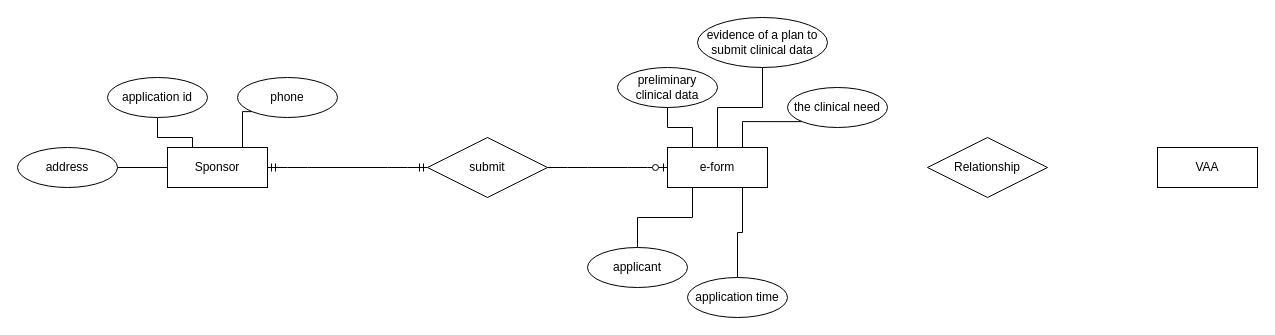
Above: ER.drawio in forthegame/ANU2024 (draw.io), before the change. Source tidied: cells renumbered, new cells numbered last; positions are measured from the earlier drawing's top-left corner, leaving out a move shared by most shapes. Both pictures are drawn from the tidied source at 100%, with x=0, y=0 at pixel (17, 17).
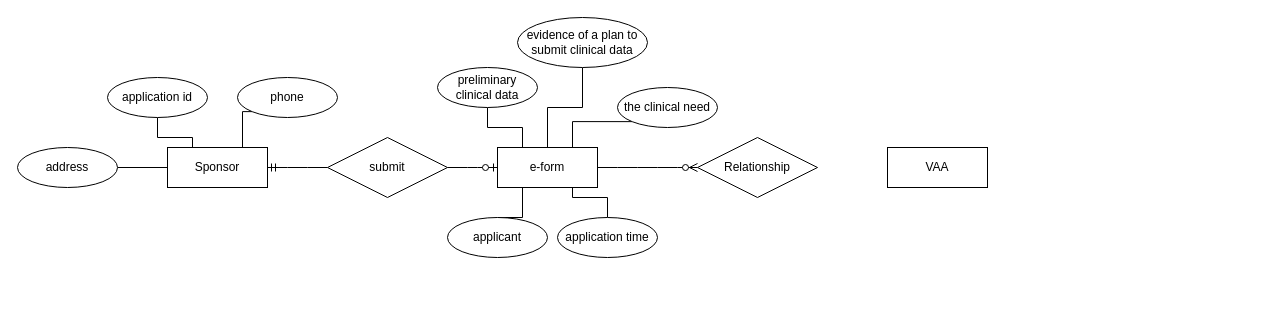
After the change.

The change refers to these unchanged cells:
```xml
<mxCell id="2" value="Sponsor" style="whiteSpace=wrap;html=1;align=center;" parent="1" vertex="1">
  <mxGeometry x="150" y="130" width="100" height="40" as="geometry" />
</mxCell>
```

The edit, as a diff of the source:
```diff
@@
     <mxCell id="9" value="submit" style="shape=rhombus;perimeter=rhombusPerimeter;whiteSpace=wrap;html=1;align=center;" parent="1" vertex="1">
-      <mxGeometry x="410" y="120" width="120" height="60" as="geometry" />
+      <mxGeometry x="310" y="120" width="120" height="60" as="geometry" />
     </mxCell>
-    <mxCell id="10" style="edgeStyle=entityRelationEdgeStyle;fontSize=12;html=1;endArrow=ERmandOne;startArrow=ERmandOne;exitX=1;exitY=0.5;exitDx=0;exitDy=0;entryX=0;entryY=0.5;entryDx=0;entryDy=0;" parent="1" edge="1" source="2" target="9">
-      <mxGeometry relative="1" as="geometry" />
-    </mxCell>
     <mxCell id="11" value="e-form" style="whiteSpace=wrap;html=1;align=center;" parent="1" vertex="1">
-      <mxGeometry x="650" y="130" width="100" height="40" as="geometry" />
+      <mxGeometry x="480" y="130" width="100" height="40" as="geometry" />
     </mxCell>
@@
     <mxCell id="14" value="evidence of a plan to submit clinical data" style="ellipse;whiteSpace=wrap;html=1;align=center;" parent="1" vertex="1">
-      <mxGeometry x="680" width="130" height="50" as="geometry" />
+      <mxGeometry x="500" width="130" height="50" as="geometry" />
     </mxCell>
@@
     <mxCell id="16" value="the clinical need" style="ellipse;whiteSpace=wrap;html=1;align=center;" parent="1" vertex="1">
-      <mxGeometry x="770" y="70" width="100" height="40" as="geometry" />
+      <mxGeometry x="600" y="70" width="100" height="40" as="geometry" />
     </mxCell>
@@
     <mxCell id="18" value="preliminary clinical data" style="ellipse;whiteSpace=wrap;html=1;align=center;" parent="1" vertex="1">
-      <mxGeometry x="600" y="50" width="100" height="40" as="geometry" />
+      <mxGeometry x="420" y="50" width="100" height="40" as="geometry" />
     </mxCell>
@@
     <mxCell id="20" value="applicant" style="ellipse;whiteSpace=wrap;html=1;align=center;" parent="1" vertex="1">
-      <mxGeometry x="570" y="230" width="100" height="40" as="geometry" />
+      <mxGeometry x="430" y="200" width="100" height="40" as="geometry" />
     </mxCell>
@@
     <mxCell id="22" value="application time" style="ellipse;whiteSpace=wrap;html=1;align=center;" parent="1" vertex="1">
-      <mxGeometry x="670" y="260" width="100" height="40" as="geometry" />
+      <mxGeometry x="540" y="200" width="100" height="40" as="geometry" />
     </mxCell>
     <mxCell id="23" value="Relationship" style="shape=rhombus;perimeter=rhombusPerimeter;whiteSpace=wrap;html=1;align=center;" parent="1" vertex="1">
-      <mxGeometry x="910" y="120" width="120" height="60" as="geometry" />
+      <mxGeometry x="680" y="120" width="120" height="60" as="geometry" />
     </mxCell>
     <mxCell id="24" value="VAA" style="whiteSpace=wrap;html=1;align=center;" parent="1" vertex="1">
-      <mxGeometry x="1140" y="130" width="100" height="40" as="geometry" />
+      <mxGeometry x="870" y="130" width="100" height="40" as="geometry" />
     </mxCell>
+    <mxCell id="25" style="edgeStyle=entityRelationEdgeStyle;fontSize=12;html=1;endArrow=ERzeroToMany;endFill=1;exitX=1;exitY=0.5;exitDx=0;exitDy=0;" parent="1" edge="1" source="11" target="23">
+      <mxGeometry relative="1" as="geometry" />
+    </mxCell>
+    <mxCell id="26" style="edgeStyle=entityRelationEdgeStyle;fontSize=12;html=1;endArrow=ERmandOne;entryX=1;entryY=0.5;entryDx=0;entryDy=0;exitX=0;exitY=0.5;exitDx=0;exitDy=0;" parent="1" edge="1" source="9" target="2">
+      <mxGeometry relative="1" as="geometry" />
+    </mxCell>
```
